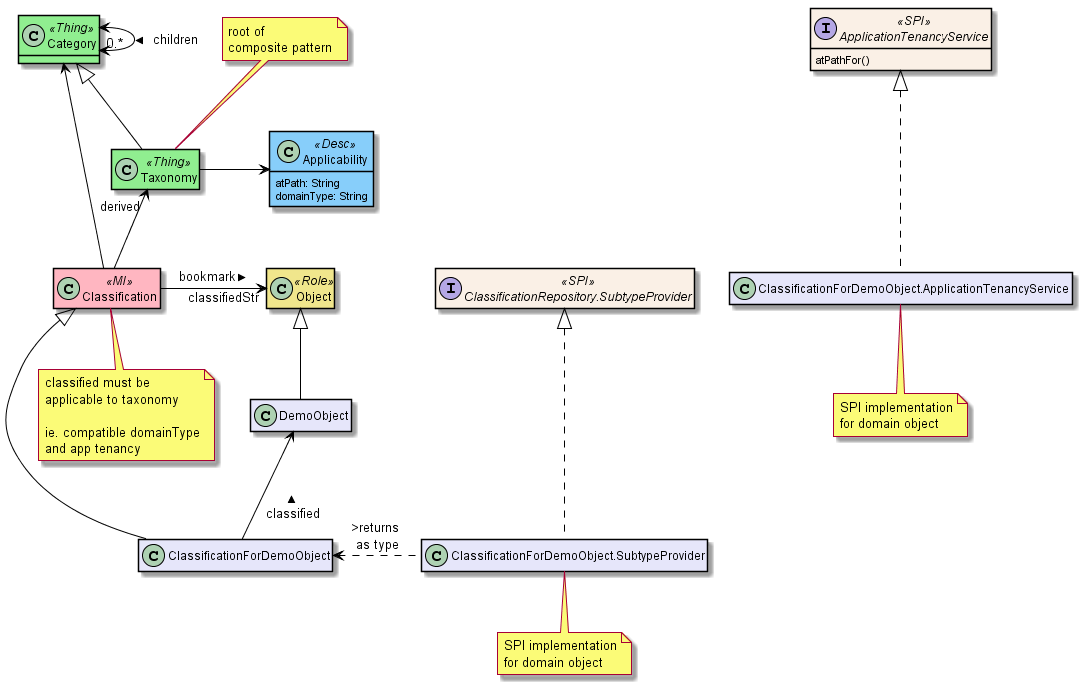
incodehq/incode-platform keeps this PlantUML diagram as adocs/documentation/src/main/asciidoc/modules/dom/classification/images/class-diagram.png. Above is the earlier version.
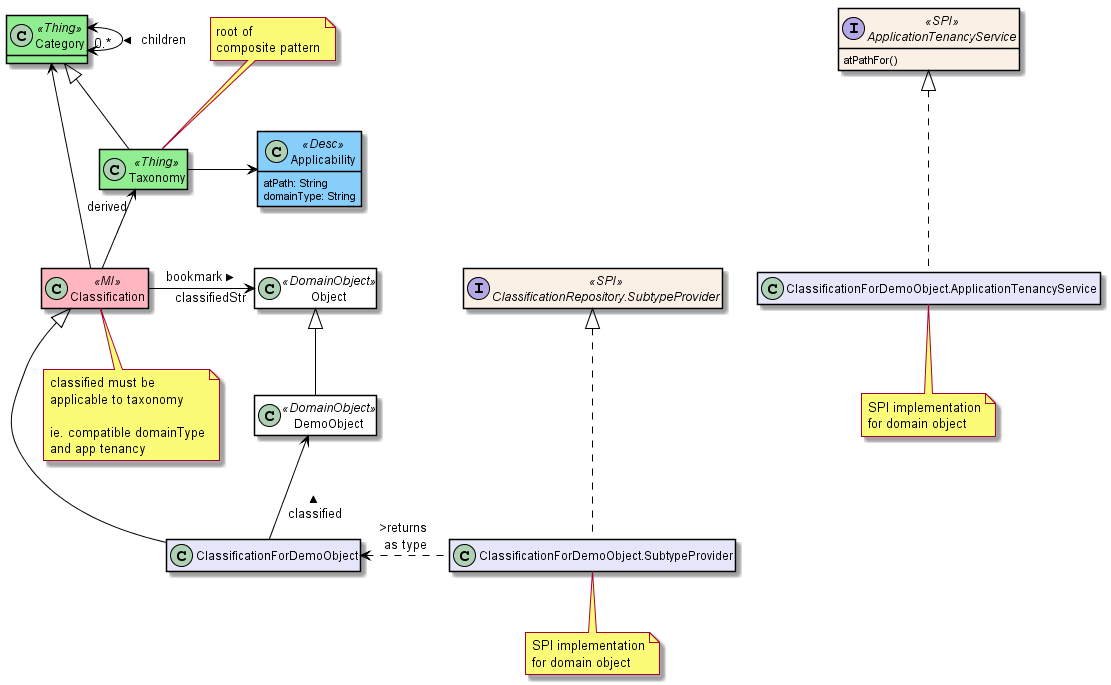
After the change.

What changed in the source:
```diff
@@ -10,6 +10,7 @@
 	BackgroundColor<<MomentOfTime>> LightPink
 	BackgroundColor<<IntervalOfTime>> LightPink
 	BackgroundColor<<SPI>> Linen
+	BackgroundColor<<DomainObject>> White
 	BackgroundColor Lavender
 	ArrowColor Black
 	BorderColor Black
@@ -28,10 +29,10 @@
     subTypeFor()
 }
 
-class Object<<Role>> {
+class Object<<DomainObject>> {
 }
 
-class DemoObject {
+class DemoObject<<DomainObject>> {
 }
 
 class ClassificationForDemoObject {
```
